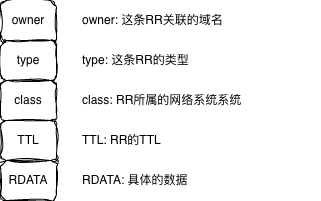
Above: source/_posts/DNSIntro/resource_record.png in theo1893/theo1893.github.io (draw.io), before the change. Source tidied: cells renumbered, new cells last; positions are measured from the earlier drawing's top-left corner, leaving out a move shared by most shapes.
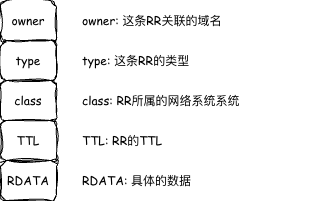
The same diagram one commit later.

Diff of the diagram source:
```diff
@@ -2,34 +2,34 @@
   <root>
     <mxCell id="0" />
     <mxCell id="1" parent="0" />
-    <mxCell id="2" value="owner" style="rounded=1;whiteSpace=wrap;html=1;sketch=1;jiggle=2;curveFitting=1;strokeColor=default;align=center;verticalAlign=middle;fontFamily=Helvetica;fontSize=12;fontColor=default;labelBackgroundColor=default;fillColor=default;" parent="1" vertex="1">
+    <mxCell id="2" value="owner" style="rounded=1;whiteSpace=wrap;html=1;sketch=1;jiggle=2;curveFitting=1;strokeColor=default;align=center;verticalAlign=middle;fontFamily=Comic Sans MS;fontSize=12;fontColor=default;labelBackgroundColor=default;fillColor=default;" parent="1" vertex="1">
       <mxGeometry width="56" height="40" as="geometry" />
     </mxCell>
-    <mxCell id="3" value="type" style="rounded=1;whiteSpace=wrap;html=1;sketch=1;jiggle=2;curveFitting=1;strokeColor=default;align=center;verticalAlign=middle;fontFamily=Helvetica;fontSize=12;fontColor=default;labelBackgroundColor=default;fillColor=default;" parent="1" vertex="1">
+    <mxCell id="3" value="type" style="rounded=1;whiteSpace=wrap;html=1;sketch=1;jiggle=2;curveFitting=1;strokeColor=default;align=center;verticalAlign=middle;fontFamily=Comic Sans MS;fontSize=12;fontColor=default;labelBackgroundColor=default;fillColor=default;" parent="1" vertex="1">
       <mxGeometry y="40" width="56" height="40" as="geometry" />
     </mxCell>
-    <mxCell id="4" value="class" style="rounded=1;whiteSpace=wrap;html=1;sketch=1;jiggle=2;curveFitting=1;strokeColor=default;align=center;verticalAlign=middle;fontFamily=Helvetica;fontSize=12;fontColor=default;labelBackgroundColor=default;fillColor=default;" parent="1" vertex="1">
+    <mxCell id="4" value="class" style="rounded=1;whiteSpace=wrap;html=1;sketch=1;jiggle=2;curveFitting=1;strokeColor=default;align=center;verticalAlign=middle;fontFamily=Comic Sans MS;fontSize=12;fontColor=default;labelBackgroundColor=default;fillColor=default;" parent="1" vertex="1">
       <mxGeometry y="80" width="56" height="40" as="geometry" />
     </mxCell>
-    <mxCell id="5" value="TTL" style="rounded=1;whiteSpace=wrap;html=1;sketch=1;jiggle=2;curveFitting=1;strokeColor=default;align=center;verticalAlign=middle;fontFamily=Helvetica;fontSize=12;fontColor=default;labelBackgroundColor=default;fillColor=default;" parent="1" vertex="1">
+    <mxCell id="5" value="TTL" style="rounded=1;whiteSpace=wrap;html=1;sketch=1;jiggle=2;curveFitting=1;strokeColor=default;align=center;verticalAlign=middle;fontFamily=Comic Sans MS;fontSize=12;fontColor=default;labelBackgroundColor=default;fillColor=default;" parent="1" vertex="1">
       <mxGeometry y="120" width="56" height="40" as="geometry" />
     </mxCell>
-    <mxCell id="6" value="RDATA" style="rounded=1;whiteSpace=wrap;html=1;sketch=1;jiggle=2;curveFitting=1;strokeColor=default;align=center;verticalAlign=middle;fontFamily=Helvetica;fontSize=12;fontColor=default;labelBackgroundColor=default;fillColor=default;" parent="1" vertex="1">
+    <mxCell id="6" value="RDATA" style="rounded=1;whiteSpace=wrap;html=1;sketch=1;jiggle=2;curveFitting=1;strokeColor=default;align=center;verticalAlign=middle;fontFamily=Comic Sans MS;fontSize=12;fontColor=default;labelBackgroundColor=default;fillColor=default;" parent="1" vertex="1">
       <mxGeometry y="160" width="56" height="40" as="geometry" />
     </mxCell>
-    <mxCell id="7" value="owner: 这条RR关联的域名" style="text;html=1;whiteSpace=wrap;strokeColor=none;fillColor=none;align=left;verticalAlign=middle;rounded=0;fontFamily=Helvetica;fontSize=12;fontColor=default;labelBackgroundColor=default;" parent="1" vertex="1">
+    <mxCell id="7" value="owner: 这条RR关联的域名" style="text;html=1;whiteSpace=wrap;strokeColor=none;fillColor=none;align=left;verticalAlign=middle;rounded=0;fontFamily=Comic Sans MS;fontSize=12;fontColor=default;labelBackgroundColor=default;" parent="1" vertex="1">
       <mxGeometry x="80" y="5" width="240" height="30" as="geometry" />
     </mxCell>
-    <mxCell id="8" value="type: 这条RR的类型" style="text;html=1;whiteSpace=wrap;strokeColor=none;fillColor=none;align=left;verticalAlign=middle;rounded=0;fontFamily=Helvetica;fontSize=12;fontColor=default;labelBackgroundColor=default;" parent="1" vertex="1">
+    <mxCell id="8" value="type: 这条RR的类型" style="text;html=1;whiteSpace=wrap;strokeColor=none;fillColor=none;align=left;verticalAlign=middle;rounded=0;fontFamily=Comic Sans MS;fontSize=12;fontColor=default;labelBackgroundColor=default;" parent="1" vertex="1">
       <mxGeometry x="80" y="45" width="240" height="30" as="geometry" />
     </mxCell>
-    <mxCell id="9" value="class: RR所属的网络系统系统" style="text;html=1;whiteSpace=wrap;strokeColor=none;fillColor=none;align=left;verticalAlign=middle;rounded=0;fontFamily=Helvetica;fontSize=12;fontColor=default;labelBackgroundColor=default;" parent="1" vertex="1">
+    <mxCell id="9" value="class: RR所属的网络系统系统" style="text;html=1;whiteSpace=wrap;strokeColor=none;fillColor=none;align=left;verticalAlign=middle;rounded=0;fontFamily=Comic Sans MS;fontSize=12;fontColor=default;labelBackgroundColor=default;" parent="1" vertex="1">
       <mxGeometry x="80" y="85" width="240" height="30" as="geometry" />
     </mxCell>
-    <mxCell id="10" value="TTL: RR的TTL" style="text;html=1;whiteSpace=wrap;strokeColor=none;fillColor=none;align=left;verticalAlign=middle;rounded=0;fontFamily=Helvetica;fontSize=12;fontColor=default;labelBackgroundColor=default;" parent="1" vertex="1">
+    <mxCell id="10" value="TTL: RR的TTL" style="text;html=1;whiteSpace=wrap;strokeColor=none;fillColor=none;align=left;verticalAlign=middle;rounded=0;fontFamily=Comic Sans MS;fontSize=12;fontColor=default;labelBackgroundColor=default;" parent="1" vertex="1">
       <mxGeometry x="80" y="125" width="240" height="30" as="geometry" />
     </mxCell>
-    <mxCell id="11" value="RDATA: 具体的数据" style="text;html=1;whiteSpace=wrap;strokeColor=none;fillColor=none;align=left;verticalAlign=middle;rounded=0;fontFamily=Helvetica;fontSize=12;fontColor=default;labelBackgroundColor=default;" parent="1" vertex="1">
+    <mxCell id="11" value="RDATA: 具体的数据" style="text;html=1;whiteSpace=wrap;strokeColor=none;fillColor=none;align=left;verticalAlign=middle;rounded=0;fontFamily=Comic Sans MS;fontSize=12;fontColor=default;labelBackgroundColor=default;" parent="1" vertex="1">
       <mxGeometry x="80" y="165" width="240" height="30" as="geometry" />
     </mxCell>
   </root>
```
